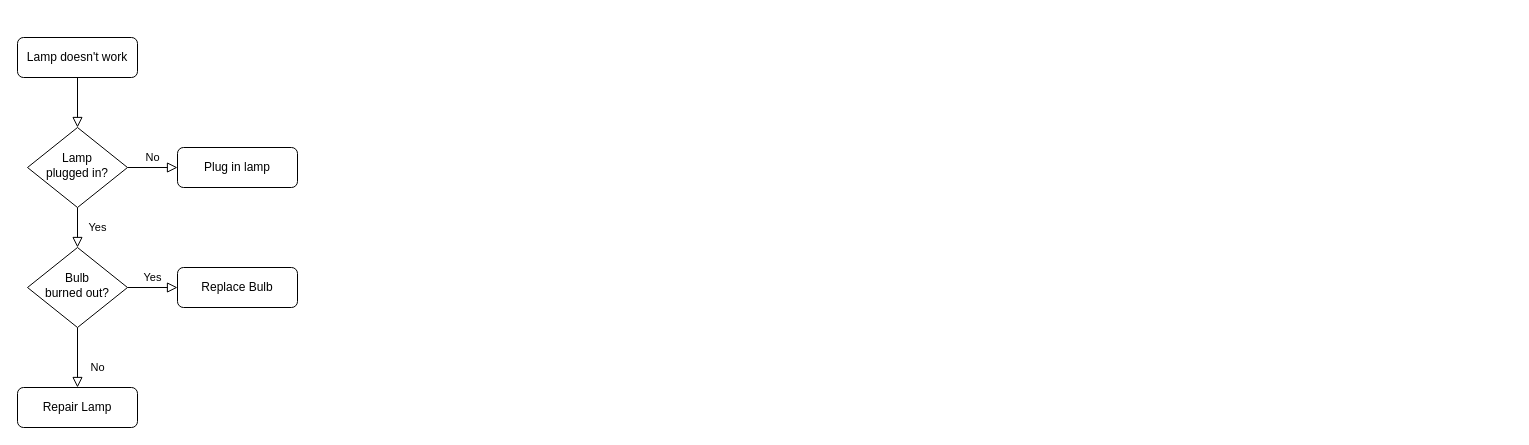
Before: Untitled Diagram.drawio in null010/chart, a draw.io diagram. Source tidied: cells renumbered, new cells numbered last; positions are measured from the earlier drawing's top-left corner, leaving out a move shared by most shapes. Both pictures are drawn from the tidied source at 100%, with x=0, y=0 at pixel (17, 37).
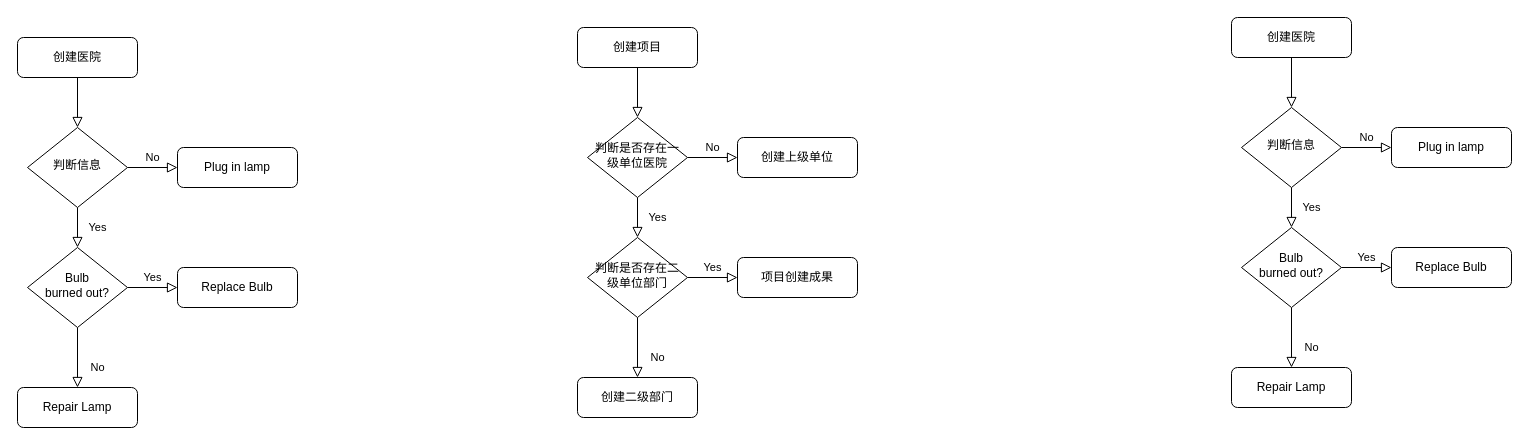
The same diagram, later.

Diff of the diagram source:
```diff
@@
-    <mxCell id="3" value="Lamp doesn't work" style="rounded=1;whiteSpace=wrap;html=1;fontSize=12;glass=0;strokeWidth=1;shadow=0;" parent="1" vertex="1">
+    <mxCell id="3" value="创建医院" style="rounded=1;whiteSpace=wrap;html=1;fontSize=12;glass=0;strokeWidth=1;shadow=0;" parent="1" vertex="1">
       <mxGeometry width="120" height="40" as="geometry" />
     </mxCell>
@@
-    <mxCell id="6" value="Lamp&lt;br&gt;plugged in?" style="rhombus;whiteSpace=wrap;html=1;shadow=0;fontFamily=Helvetica;fontSize=12;align=center;strokeWidth=1;spacing=6;spacingTop=-4;" parent="1" vertex="1">
+    <mxCell id="6" value="判断信息" style="rhombus;whiteSpace=wrap;html=1;shadow=0;fontFamily=Helvetica;fontSize=12;align=center;strokeWidth=1;spacing=6;spacingTop=-4;" parent="1" vertex="1">
       <mxGeometry x="10" y="90" width="100" height="80" as="geometry" />
     </mxCell>
@@
+    <mxCell id="13" style="rounded=0;html=1;jettySize=auto;fontSize=11;endArrow=block;endFill=0;endSize=8;strokeWidth=1;shadow=0;labelBackgroundColor=none;edgeStyle=orthogonalEdgeStyle;" parent="1" edge="1" source="14" target="17">
+      <mxGeometry relative="1" as="geometry" />
+    </mxCell>
+    <mxCell id="14" value="创建项目" style="rounded=1;whiteSpace=wrap;html=1;fontSize=12;glass=0;strokeWidth=1;shadow=0;" parent="1" vertex="1">
+      <mxGeometry x="560" y="-10" width="120" height="40" as="geometry" />
+    </mxCell>
+    <mxCell id="15" value="Yes" style="rounded=0;html=1;jettySize=auto;fontSize=11;endArrow=block;endFill=0;endSize=8;strokeWidth=1;shadow=0;labelBackgroundColor=none;edgeStyle=orthogonalEdgeStyle;" parent="1" edge="1" source="17" target="21">
+      <mxGeometry y="20" relative="1" as="geometry" />
+    </mxCell>
+    <mxCell id="16" value="No" style="edgeStyle=orthogonalEdgeStyle;rounded=0;html=1;jettySize=auto;fontSize=11;endArrow=block;endFill=0;endSize=8;strokeWidth=1;shadow=0;labelBackgroundColor=none;" parent="1" edge="1" source="17" target="18">
+      <mxGeometry y="10" relative="1" as="geometry" />
+    </mxCell>
+    <mxCell id="17" value="判断是否存在一级单位医院" style="rhombus;whiteSpace=wrap;html=1;shadow=0;fontFamily=Helvetica;fontSize=12;align=center;strokeWidth=1;spacing=6;spacingTop=-4;" parent="1" vertex="1">
+      <mxGeometry x="570" y="80" width="100" height="80" as="geometry" />
+    </mxCell>
+    <mxCell id="18" value="创建上级单位" style="rounded=1;whiteSpace=wrap;html=1;fontSize=12;glass=0;strokeWidth=1;shadow=0;" parent="1" vertex="1">
+      <mxGeometry x="720" y="100" width="120" height="40" as="geometry" />
+    </mxCell>
+    <mxCell id="19" value="No" style="rounded=0;html=1;jettySize=auto;fontSize=11;endArrow=block;endFill=0;endSize=8;strokeWidth=1;shadow=0;labelBackgroundColor=none;edgeStyle=orthogonalEdgeStyle;" parent="1" edge="1" source="21" target="22">
+      <mxGeometry x="0.33" y="20" relative="1" as="geometry" />
+    </mxCell>
+    <mxCell id="20" value="Yes" style="edgeStyle=orthogonalEdgeStyle;rounded=0;html=1;jettySize=auto;fontSize=11;endArrow=block;endFill=0;endSize=8;strokeWidth=1;shadow=0;labelBackgroundColor=none;" parent="1" edge="1" source="21" target="23">
+      <mxGeometry y="10" relative="1" as="geometry" />
+    </mxCell>
+    <mxCell id="21" value="判断是否存在二级单位部门" style="rhombus;whiteSpace=wrap;html=1;shadow=0;fontFamily=Helvetica;fontSize=12;align=center;strokeWidth=1;spacing=6;spacingTop=-4;" parent="1" vertex="1">
+      <mxGeometry x="570" y="200" width="100" height="80" as="geometry" />
+    </mxCell>
+    <mxCell id="22" value="创建二级部门" style="rounded=1;whiteSpace=wrap;html=1;fontSize=12;glass=0;strokeWidth=1;shadow=0;" parent="1" vertex="1">
+      <mxGeometry x="560" y="340" width="120" height="40" as="geometry" />
+    </mxCell>
+    <mxCell id="23" value="项目创建成果" style="rounded=1;whiteSpace=wrap;html=1;fontSize=12;glass=0;strokeWidth=1;shadow=0;" parent="1" vertex="1">
+      <mxGeometry x="720" y="220" width="120" height="40" as="geometry" />
+    </mxCell>
+    <mxCell id="24" style="rounded=0;html=1;jettySize=auto;fontSize=11;endArrow=block;endFill=0;endSize=8;strokeWidth=1;shadow=0;labelBackgroundColor=none;edgeStyle=orthogonalEdgeStyle;" parent="1" edge="1" source="25" target="28">
+      <mxGeometry relative="1" as="geometry" />
+    </mxCell>
+    <mxCell id="25" value="创建医院" style="rounded=1;whiteSpace=wrap;html=1;fontSize=12;glass=0;strokeWidth=1;shadow=0;" parent="1" vertex="1">
+      <mxGeometry x="1214" y="-20" width="120" height="40" as="geometry" />
+    </mxCell>
+    <mxCell id="26" value="Yes" style="rounded=0;html=1;jettySize=auto;fontSize=11;endArrow=block;endFill=0;endSize=8;strokeWidth=1;shadow=0;labelBackgroundColor=none;edgeStyle=orthogonalEdgeStyle;" parent="1" edge="1" source="28" target="32">
+      <mxGeometry y="20" relative="1" as="geometry" />
+    </mxCell>
+    <mxCell id="27" value="No" style="edgeStyle=orthogonalEdgeStyle;rounded=0;html=1;jettySize=auto;fontSize=11;endArrow=block;endFill=0;endSize=8;strokeWidth=1;shadow=0;labelBackgroundColor=none;" parent="1" edge="1" source="28" target="29">
+      <mxGeometry y="10" relative="1" as="geometry" />
+    </mxCell>
+    <mxCell id="28" value="判断信息" style="rhombus;whiteSpace=wrap;html=1;shadow=0;fontFamily=Helvetica;fontSize=12;align=center;strokeWidth=1;spacing=6;spacingTop=-4;" parent="1" vertex="1">
+      <mxGeometry x="1224" y="70" width="100" height="80" as="geometry" />
+    </mxCell>
+    <mxCell id="29" value="Plug in lamp" style="rounded=1;whiteSpace=wrap;html=1;fontSize=12;glass=0;strokeWidth=1;shadow=0;" parent="1" vertex="1">
+      <mxGeometry x="1374" y="90" width="120" height="40" as="geometry" />
+    </mxCell>
+    <mxCell id="30" value="No" style="rounded=0;html=1;jettySize=auto;fontSize=11;endArrow=block;endFill=0;endSize=8;strokeWidth=1;shadow=0;labelBackgroundColor=none;edgeStyle=orthogonalEdgeStyle;" parent="1" edge="1" source="32" target="33">
+      <mxGeometry x="0.33" y="20" relative="1" as="geometry" />
+    </mxCell>
+    <mxCell id="31" value="Yes" style="edgeStyle=orthogonalEdgeStyle;rounded=0;html=1;jettySize=auto;fontSize=11;endArrow=block;endFill=0;endSize=8;strokeWidth=1;shadow=0;labelBackgroundColor=none;" parent="1" edge="1" source="32" target="34">
+      <mxGeometry y="10" relative="1" as="geometry" />
+    </mxCell>
+    <mxCell id="32" value="Bulb&lt;br&gt;burned out?" style="rhombus;whiteSpace=wrap;html=1;shadow=0;fontFamily=Helvetica;fontSize=12;align=center;strokeWidth=1;spacing=6;spacingTop=-4;" parent="1" vertex="1">
+      <mxGeometry x="1224" y="190" width="100" height="80" as="geometry" />
+    </mxCell>
+    <mxCell id="33" value="Repair Lamp" style="rounded=1;whiteSpace=wrap;html=1;fontSize=12;glass=0;strokeWidth=1;shadow=0;" parent="1" vertex="1">
+      <mxGeometry x="1214" y="330" width="120" height="40" as="geometry" />
+    </mxCell>
+    <mxCell id="34" value="Replace Bulb" style="rounded=1;whiteSpace=wrap;html=1;fontSize=12;glass=0;strokeWidth=1;shadow=0;" parent="1" vertex="1">
+      <mxGeometry x="1374" y="210" width="120" height="40" as="geometry" />
+    </mxCell>
```
